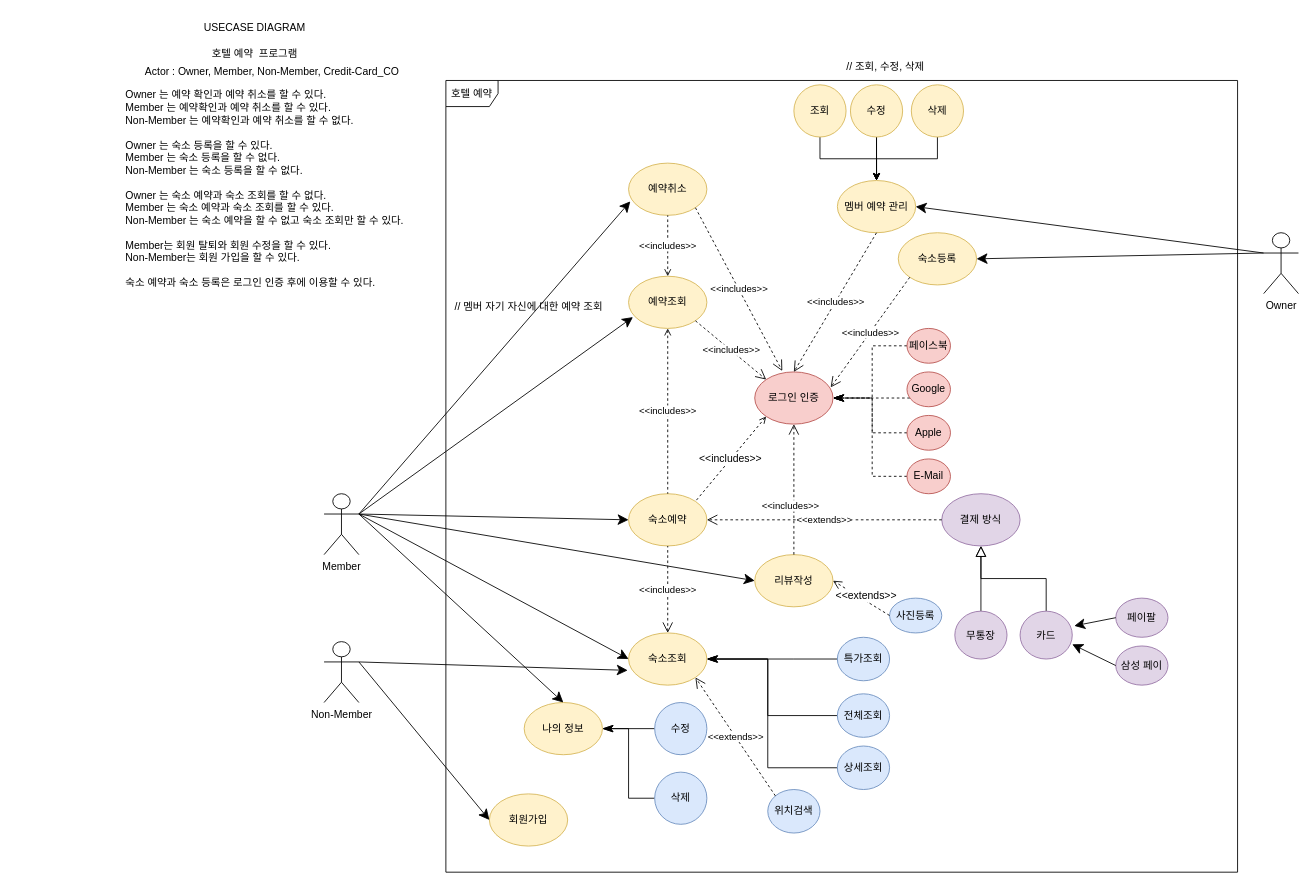
Anministar/JAVA_STUDYING keeps this draw.io diagram as page "USECASE DIAGRAM" (1 of 5) of src/HotelReservation_Diagram/HotelReservations 5수정.drawio. Above is the earlier version. Source tidied: cells renumbered, new cells numbered last; positions are measured from the earlier drawing's top-left corner, leaving out a move shared by most shapes. Both pictures are drawn from the tidied source at 87%, with x=0, y=0 at pixel (124, 15).
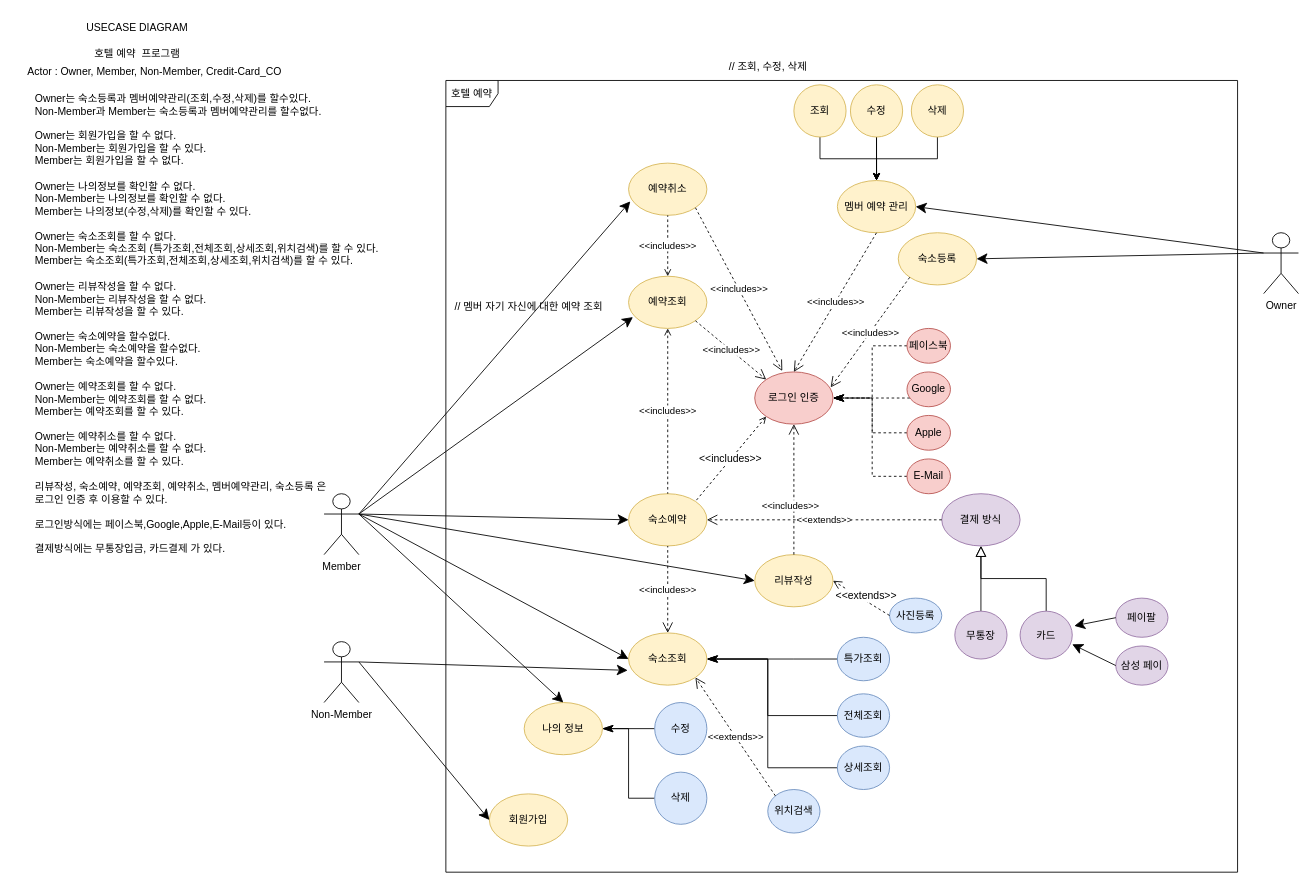
The same diagram, later.

Diff of the diagram source:
```diff
@@
     <mxCell id="3" value="USECASE DIAGRAM" style="text;html=1;align=center;verticalAlign=middle;strokeColor=none;fillColor=none;" parent="1" vertex="1">
-      <mxGeometry x="80" width="140" height="30" as="geometry" />
+      <mxGeometry x="-55" width="140" height="30" as="geometry" />
     </mxCell>
     <mxCell id="4" value="호텔 예약&amp;nbsp; 프로그램" style="text;html=1;align=center;verticalAlign=middle;strokeColor=none;fillColor=none;" parent="1" vertex="1">
-      <mxGeometry x="85" y="30" width="130" height="30" as="geometry" />
+      <mxGeometry x="-50" y="30" width="130" height="30" as="geometry" />
     </mxCell>
     <mxCell id="5" value="Actor : Owner, Member, Non-Member, Credit-Card_CO" style="text;html=1;align=center;verticalAlign=middle;strokeColor=none;fillColor=none;" parent="1" vertex="1">
-      <mxGeometry x="10" y="50" width="320" height="30" as="geometry" />
+      <mxGeometry x="-125" y="50" width="320" height="30" as="geometry" />
     </mxCell>
@@
-    <mxCell id="9" value="&lt;span style=&quot;font-size: 12px;&quot;&gt;Owner 는 예약 확인과 예약 취소를&lt;/span&gt;&lt;span style=&quot;font-size: 12px;&quot;&gt;&amp;nbsp;할 수 있다.&lt;/span&gt;&lt;br style=&quot;font-size: 12px;&quot;&gt;&lt;span style=&quot;font-size: 12px;&quot;&gt;Member 는 예약확인과 예약 취소를&lt;/span&gt;&lt;span style=&quot;font-size: 12px;&quot;&gt;&amp;nbsp;할 수 있다.&lt;/span&gt;&lt;br style=&quot;font-size: 12px;&quot;&gt;&lt;span style=&quot;font-size: 12px;&quot;&gt;Non-Member 는 예약확인과 예약 취소를 할 수 없다.&lt;/span&gt;&lt;br style=&quot;font-size: 12px;&quot;&gt;&lt;div style=&quot;font-size: 12px;&quot;&gt;&lt;br style=&quot;font-size: 12px;&quot;&gt;&lt;/div&gt;&lt;span style=&quot;font-size: 12px;&quot;&gt;Owner 는 숙소 등록을 할 수 있다.&lt;br&gt;&lt;/span&gt;Member 는 숙소 등록을 할 수 없다.&lt;br&gt;Non-Member 는 숙소 등록을 할 수 없다.&lt;br&gt;&lt;br&gt;Owner 는 숙소 예약과 숙소 조회를 할 수 없다.&lt;br style=&quot;font-size: 12px;&quot;&gt;&lt;span style=&quot;font-size: 12px;&quot;&gt;Member 는 숙소 예약과 숙소 조회를 할 수 있다.&lt;/span&gt;&lt;br style=&quot;font-size: 12px;&quot;&gt;&lt;span style=&quot;font-size: 12px;&quot;&gt;Non-Member 는&amp;nbsp;&lt;/span&gt;숙소 예약을&amp;nbsp;&lt;span style=&quot;font-size: 12px;&quot;&gt;할 수 없고&amp;nbsp;&lt;/span&gt;숙소 조회만 할 수 있다.&lt;br&gt;&lt;span style=&quot;font-size: 12px;&quot;&gt;&lt;br&gt;Member는 회원 탈퇴와 회원 수정을 할 수 있다.&lt;br&gt;Non-Member는 회원 가입을 할 수 있다.&lt;br&gt;&lt;br&gt;숙소 예약과 숙소 등록은 로그인 인증 후에 이용할 수 있다.&lt;br&gt;&lt;/span&gt;" style="text;html=1;align=left;verticalAlign=middle;strokeColor=none;fillColor=none;fontSize=12;fillOpacity=100;" parent="1" vertex="1">
-      <mxGeometry y="80" width="360" height="240" as="geometry" />
-    </mxCell>
@@
     <mxCell id="71" value="// 조회, 수정, 삭제" style="text;html=1;align=center;verticalAlign=middle;strokeColor=none;fillColor=none;" parent="1" vertex="1">
-      <mxGeometry x="815" y="45" width="120" height="30" as="geometry" />
+      <mxGeometry x="680" y="45" width="120" height="30" as="geometry" />
     </mxCell>
@@
+    <mxCell id="80" value="&lt;div style=&quot;text-align: left;&quot;&gt;&lt;span style=&quot;background-color: initial;&quot;&gt;Owner는 숙소등록과 멤버예약관리(조회,수정,삭제)를 할수있다.&lt;/span&gt;&lt;/div&gt;&lt;div style=&quot;text-align: left;&quot;&gt;&lt;span style=&quot;background-color: initial;&quot;&gt;Non-Member과 Member는 숙소등록과 멤버예약관리를 할수없다.&lt;/span&gt;&lt;/div&gt;&lt;div style=&quot;text-align: left;&quot;&gt;&lt;span style=&quot;background-color: initial;&quot;&gt;&lt;br&gt;&lt;/span&gt;&lt;/div&gt;&lt;div style=&quot;text-align: left;&quot;&gt;&lt;span style=&quot;background-color: initial;&quot;&gt;Owner는 회원가입을 할 수 없다.&lt;/span&gt;&lt;/div&gt;&lt;div style=&quot;text-align: left;&quot;&gt;Non-Member는 회원가입을 할 수 있다.&lt;/div&gt;&lt;div style=&quot;text-align: left;&quot;&gt;Member는 회원가입을 할 수 없다.&lt;/div&gt;&lt;div style=&quot;text-align: left;&quot;&gt;&lt;span style=&quot;background-color: initial;&quot;&gt;&lt;br&gt;&lt;/span&gt;&lt;/div&gt;&lt;div style=&quot;text-align: left;&quot;&gt;Owner는 나의정보를 확인할 수 없다.&lt;/div&gt;&lt;div style=&quot;text-align: left;&quot;&gt;Non-Member는 나의정보를 확인할 수 없다.&lt;/div&gt;&lt;div style=&quot;text-align: left;&quot;&gt;Member는 나의정보(수정,삭제)를 확인할 수 있다.&lt;/div&gt;&lt;div style=&quot;text-align: left;&quot;&gt;&lt;br&gt;&lt;/div&gt;&lt;div style=&quot;text-align: left;&quot;&gt;Owner는 숙소조회를 할 수 없다.&lt;/div&gt;&lt;div style=&quot;text-align: left;&quot;&gt;Non-Member는 숙소조회 (특가조회,전체조회,상세조회,위치검색)&lt;span style=&quot;background-color: initial;&quot;&gt;를 할 수 있다.&lt;/span&gt;&lt;/div&gt;&lt;div style=&quot;text-align: left;&quot;&gt;Member는 숙소조회(특가조회,전체조회,상세조회,위치검색)를 할 수 있다.&lt;/div&gt;&lt;div style=&quot;text-align: left;&quot;&gt;&lt;br&gt;&lt;/div&gt;&lt;div style=&quot;text-align: left;&quot;&gt;Owner는 리뷰작성을 할 수 없다.&lt;/div&gt;&lt;div style=&quot;text-align: left;&quot;&gt;Non-Member는 리뷰작성을 할 수 없다.&lt;/div&gt;&lt;div style=&quot;text-align: left;&quot;&gt;Member는 리뷰작성을 할 수 있다.&lt;/div&gt;&lt;div style=&quot;text-align: left;&quot;&gt;&lt;br&gt;&lt;/div&gt;&lt;div style=&quot;text-align: left;&quot;&gt;Owner는 숙소예약을 할수없다.&lt;/div&gt;&lt;div style=&quot;text-align: left;&quot;&gt;Non-Member는 숙소예약을 할수없다.&lt;/div&gt;&lt;div style=&quot;text-align: left;&quot;&gt;Member는 숙소예약을 할수있다.&lt;/div&gt;&lt;div style=&quot;text-align: left;&quot;&gt;&lt;br&gt;&lt;/div&gt;&lt;div style=&quot;text-align: left;&quot;&gt;Owner는 예약조회를 할 수 없다.&lt;/div&gt;&lt;div style=&quot;text-align: left;&quot;&gt;Non-Member는 예약조회를 할 수 없다.&lt;/div&gt;&lt;div style=&quot;text-align: left;&quot;&gt;Member는 예약조회를 할 수 있다.&lt;/div&gt;&lt;div style=&quot;text-align: left;&quot;&gt;&lt;br&gt;&lt;/div&gt;&lt;div style=&quot;text-align: left;&quot;&gt;Owner는 예약취소를 할 수 없다.&lt;/div&gt;&lt;div style=&quot;text-align: left;&quot;&gt;Non-Member는 예약취소를 할 수 없다.&lt;/div&gt;&lt;div style=&quot;text-align: left;&quot;&gt;Member는 예약취소를 할 수 있다.&lt;/div&gt;&lt;div style=&quot;text-align: left;&quot;&gt;&lt;br&gt;&lt;/div&gt;&lt;div style=&quot;text-align: left;&quot;&gt;리뷰작성, 숙소예약, 예약조회, 예약취소, 멤버예약관리, 숙소등록 은&lt;/div&gt;&lt;div style=&quot;text-align: left;&quot;&gt;로그인 인증 후 이용할 수 있다.&lt;/div&gt;&lt;div style=&quot;text-align: left;&quot;&gt;&lt;br&gt;&lt;/div&gt;&lt;div style=&quot;text-align: left;&quot;&gt;로그인방식에는 페이스북,Google,Apple,E-Mail등이 있다.&lt;/div&gt;&lt;div style=&quot;text-align: left;&quot;&gt;&lt;br&gt;&lt;/div&gt;&lt;div style=&quot;text-align: left;&quot;&gt;결제방식에는 무통장입금, 카드결제 가 있다.&lt;/div&gt;" style="text;html=1;align=center;verticalAlign=middle;strokeColor=none;fillColor=none;" parent="1" vertex="1">
+      <mxGeometry x="-125" y="80" width="440" height="550" as="geometry" />
+    </mxCell>
```
